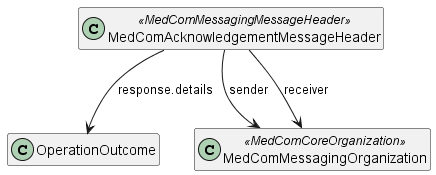
The PlantUML diagram input/images/AcknowledgementMessageHeader.png in medcomdk/dk-medcom-acknowledgement, before a commit.
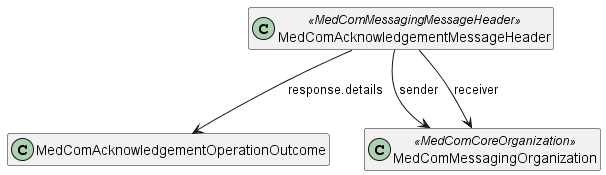
The same file after the commit.

Diff of the diagram source:
```diff
@@ -1,9 +1,9 @@
-@startuml Acknowledgement
+@startuml AcknowledgementMessageHeader
 
 hide empty members
 
 class "MedComAcknowledgementMessageHeader" as messageHeader <<MedComMessagingMessageHeader>>
-class "OperationOutcome" as outcome
+class "MedComAcknowledgementOperationOutcome" as outcome
 class "MedComMessagingOrganization" as organization <<MedComCoreOrganization>>
 
 messageHeader --> outcome : "response.details"
```
